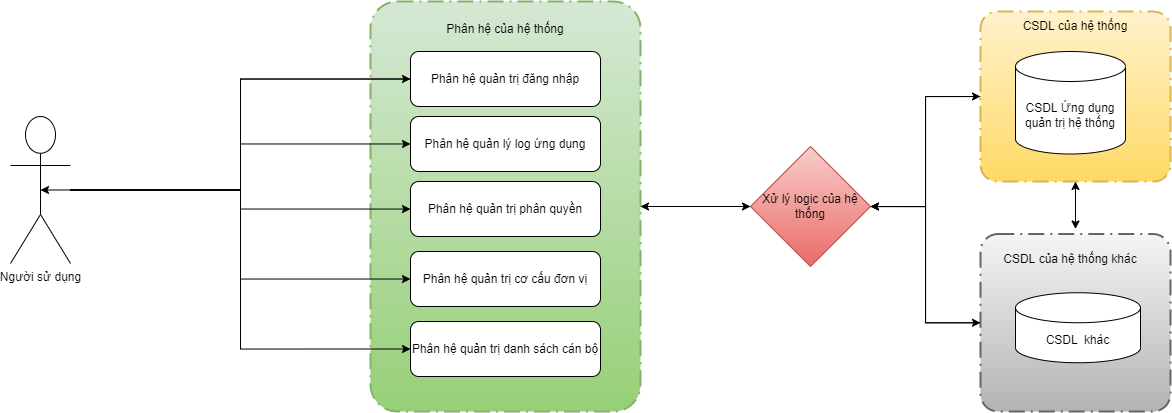
This is tcdl-Page-7.drawio.png from letheanh12345/Draw-io, a draw.io export, as it was before one commit. Source tidied: cells renumbered, new cells last; positions are measured from the earlier drawing's top-left corner, leaving out a move shared by most shapes.
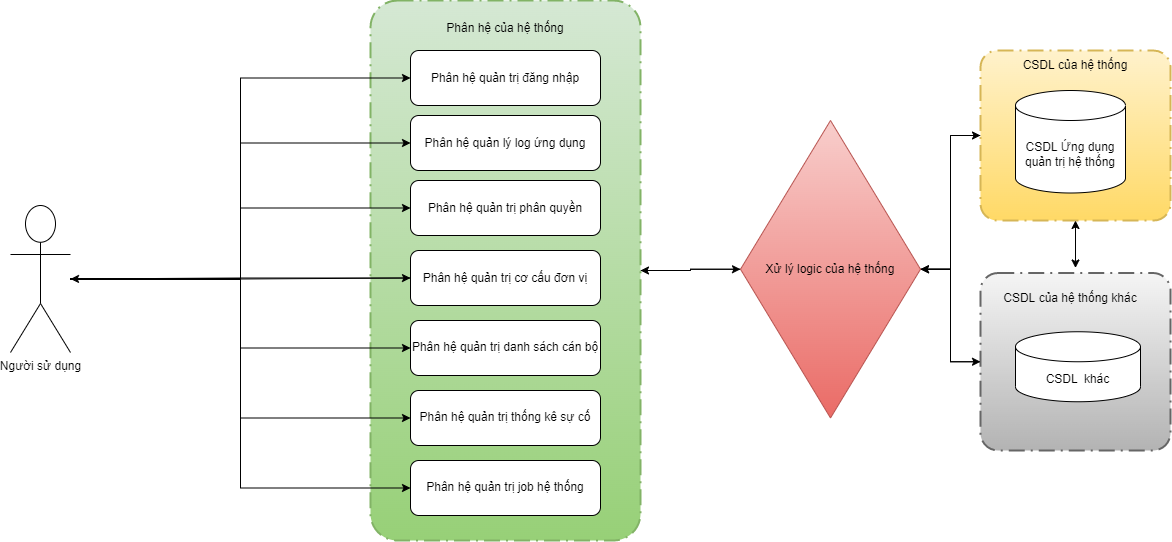
The same diagram one commit later.

The edit, as a diff of the source:
```diff
@@ -18,33 +18,28 @@
       <mxGeometry relative="1" as="geometry" />
     </mxCell>
     <mxCell id="7" style="points=[[0.25,0,0],[0.5,0,0],[0.75,0,0],[1,0.25,0],[1,0.5,0],[1,0.75,0],[0.75,1,0],[0.5,1,0],[0.25,1,0],[0,0.75,0],[0,0.5,0],[0,0.25,0]];rounded=1;arcSize=10;dashed=1;dashPattern=8 3 1 3;strokeWidth=2;fontStyle=1;fontSize=20;fillColor=#d5e8d4;gradientColor=#97d077;strokeColor=#82b366;" parent="1" vertex="1">
-      <mxGeometry x="360" width="270" height="410" as="geometry" />
+      <mxGeometry x="360" y="-40" width="270" height="540" as="geometry" />
     </mxCell>
     <mxCell id="8" value="Phân hệ của hệ thống" style="text;html=1;strokeColor=none;fillColor=none;align=center;verticalAlign=middle;whiteSpace=wrap;rounded=0;" parent="1" vertex="1">
-      <mxGeometry x="380" y="12.5" width="230" height="30" as="geometry" />
+      <mxGeometry x="380" y="-27.5" width="230" height="30" as="geometry" />
     </mxCell>
-    <mxCell id="9" style="edgeStyle=orthogonalEdgeStyle;rounded=0;jettySize=auto;html=1;entryX=0.5;entryY=0.5;entryDx=0;entryDy=0;entryPerimeter=0;" parent="1" edge="1" source="10" target="29">
-      <mxGeometry relative="1" as="geometry">
-        <Array as="points">
-          <mxPoint x="230" y="78" />
-          <mxPoint x="230" y="188" />
-        </Array>
-      </mxGeometry>
-    </mxCell>
     <mxCell id="10" value="Phân hệ quản trị đăng nhập" style="rounded=1;whiteSpace=wrap;html=1;" parent="1" vertex="1">
-      <mxGeometry x="400" y="50" width="190" height="55" as="geometry" />
+      <mxGeometry x="400" y="10" width="190" height="55" as="geometry" />
     </mxCell>
     <mxCell id="11" value="Phân hệ quản lý log ứng dụng" style="rounded=1;whiteSpace=wrap;html=1;" parent="1" vertex="1">
-      <mxGeometry x="400" y="115" width="190" height="55" as="geometry" />
+      <mxGeometry x="400" y="75" width="190" height="55" as="geometry" />
     </mxCell>
     <mxCell id="12" value="Phân hệ quản trị phân quyền" style="rounded=1;whiteSpace=wrap;html=1;" parent="1" vertex="1">
-      <mxGeometry x="400" y="180" width="190" height="55" as="geometry" />
+      <mxGeometry x="400" y="140" width="190" height="55" as="geometry" />
     </mxCell>
+    <mxCell id="30" style="edgeStyle=orthogonalEdgeStyle;rounded=0;jettySize=auto;html=1;" parent="1" edge="1" source="13" target="29">
+      <mxGeometry relative="1" as="geometry" />
+    </mxCell>
     <mxCell id="13" value="Phân hệ quản trị cơ cấu đơn vị" style="rounded=1;whiteSpace=wrap;html=1;" parent="1" vertex="1">
-      <mxGeometry x="400" y="250" width="190" height="55" as="geometry" />
+      <mxGeometry x="400" y="210" width="190" height="55" as="geometry" />
     </mxCell>
     <mxCell id="14" value="Phân hệ quản trị danh sách cán bộ" style="rounded=1;whiteSpace=wrap;html=1;" parent="1" vertex="1">
-      <mxGeometry x="400" y="320" width="190" height="55" as="geometry" />
+      <mxGeometry x="400" y="280" width="190" height="55" as="geometry" />
     </mxCell>
     <mxCell id="15" style="edgeStyle=orthogonalEdgeStyle;rounded=0;jettySize=auto;html=1;entryX=1;entryY=0.5;entryDx=0;entryDy=0;" parent="1" edge="1" source="16" target="23">
       <mxGeometry relative="1" as="geometry" />
@@ -73,12 +68,12 @@
       <mxGeometry relative="1" as="geometry" />
     </mxCell>
     <mxCell id="23" value="Xử lý logic của hệ thống" style="rhombus;whiteSpace=wrap;html=1;fillColor=#f8cecc;gradientColor=#ea6b66;strokeColor=#b85450;" parent="1" vertex="1">
-      <mxGeometry x="740" y="145" width="120" height="120" as="geometry" />
+      <mxGeometry x="730" y="80" width="180" height="297.5" as="geometry" />
     </mxCell>
     <mxCell id="24" style="edgeStyle=orthogonalEdgeStyle;rounded=0;jettySize=auto;html=1;entryX=0;entryY=0.5;entryDx=0;entryDy=0;" parent="1" edge="1" source="29" target="10">
       <mxGeometry relative="1" as="geometry" />
     </mxCell>
-    <mxCell id="25" style="edgeStyle=orthogonalEdgeStyle;rounded=0;jettySize=auto;html=1;" parent="1" edge="1" source="29" target="11">
+    <mxCell id="25" style="edgeStyle=orthogonalEdgeStyle;rounded=0;jettySize=auto;html=1;entryX=0;entryY=0.5;entryDx=0;entryDy=0;" parent="1" edge="1" source="29" target="11">
       <mxGeometry relative="1" as="geometry" />
     </mxCell>
     <mxCell id="26" style="edgeStyle=orthogonalEdgeStyle;rounded=0;jettySize=auto;html=1;" parent="1" edge="1" source="29" target="12">
@@ -90,8 +85,20 @@
     <mxCell id="28" style="edgeStyle=orthogonalEdgeStyle;rounded=0;jettySize=auto;html=1;entryX=0;entryY=0.5;entryDx=0;entryDy=0;" parent="1" edge="1" source="29" target="14">
       <mxGeometry relative="1" as="geometry" />
     </mxCell>
+    <mxCell id="31" style="edgeStyle=orthogonalEdgeStyle;rounded=0;jettySize=auto;html=1;entryX=0;entryY=0.5;entryDx=0;entryDy=0;" parent="1" edge="1" source="29" target="33">
+      <mxGeometry relative="1" as="geometry" />
+    </mxCell>
+    <mxCell id="32" style="edgeStyle=orthogonalEdgeStyle;rounded=0;jettySize=auto;html=1;entryX=0;entryY=0.5;entryDx=0;entryDy=0;" parent="1" edge="1" source="29" target="34">
+      <mxGeometry relative="1" as="geometry" />
+    </mxCell>
     <mxCell id="29" value="Người sử dụng" style="shape=umlActor;verticalLabelPosition=bottom;verticalAlign=top;html=1;outlineConnect=0;" parent="1" vertex="1">
-      <mxGeometry y="115" width="60" height="147" as="geometry" />
+      <mxGeometry y="165" width="60" height="147" as="geometry" />
     </mxCell>
+    <mxCell id="33" value="Phân hệ quản trị thống kê sự cố" style="rounded=1;whiteSpace=wrap;html=1;" parent="1" vertex="1">
+      <mxGeometry x="400" y="350" width="190" height="55" as="geometry" />
+    </mxCell>
+    <mxCell id="34" value="Phân hệ quản trị job hệ thống" style="rounded=1;whiteSpace=wrap;html=1;" parent="1" vertex="1">
+      <mxGeometry x="400" y="420" width="190" height="55" as="geometry" />
+    </mxCell>
   </root>
 </mxGraphModel>
```
